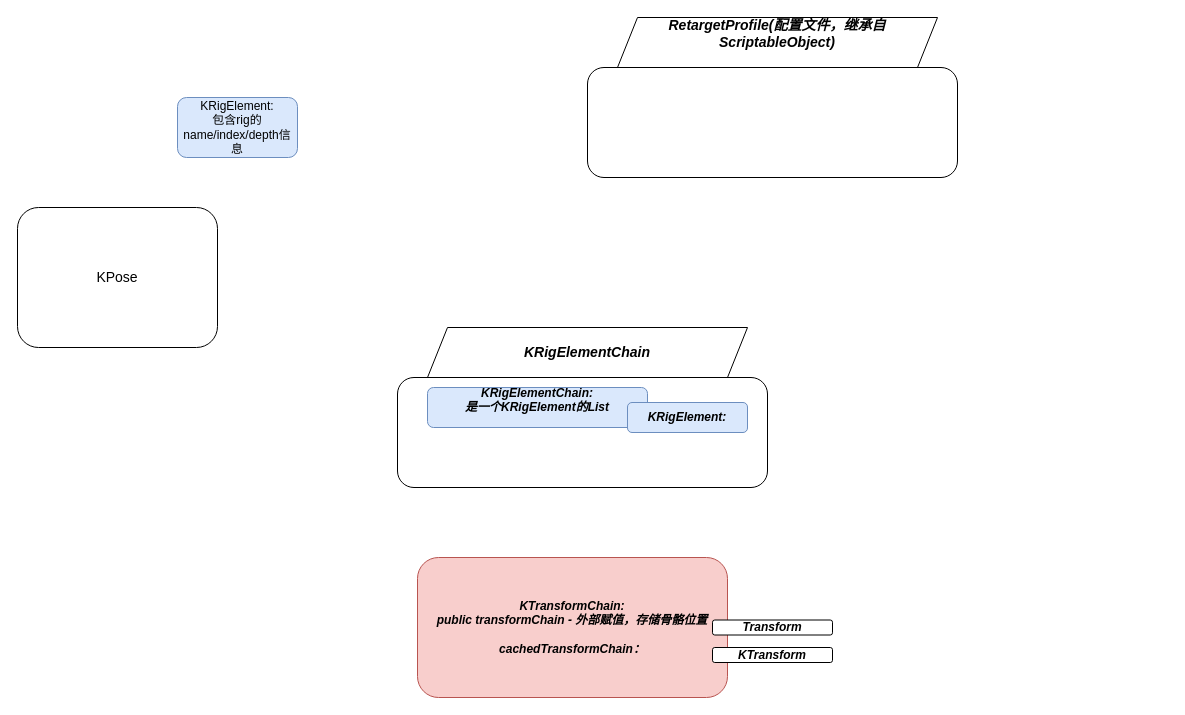
This is all/Retarget_pro.drawio from Jormungandr5/iodraw-files, a draw.io file, before an edit. Source tidied: cells renumbered, new cells numbered last; positions are measured from the earlier drawing's top-left corner, leaving out a move shared by most shapes. Both pictures are drawn from the tidied source at 100%, with x=0, y=0 at pixel (17, 17).
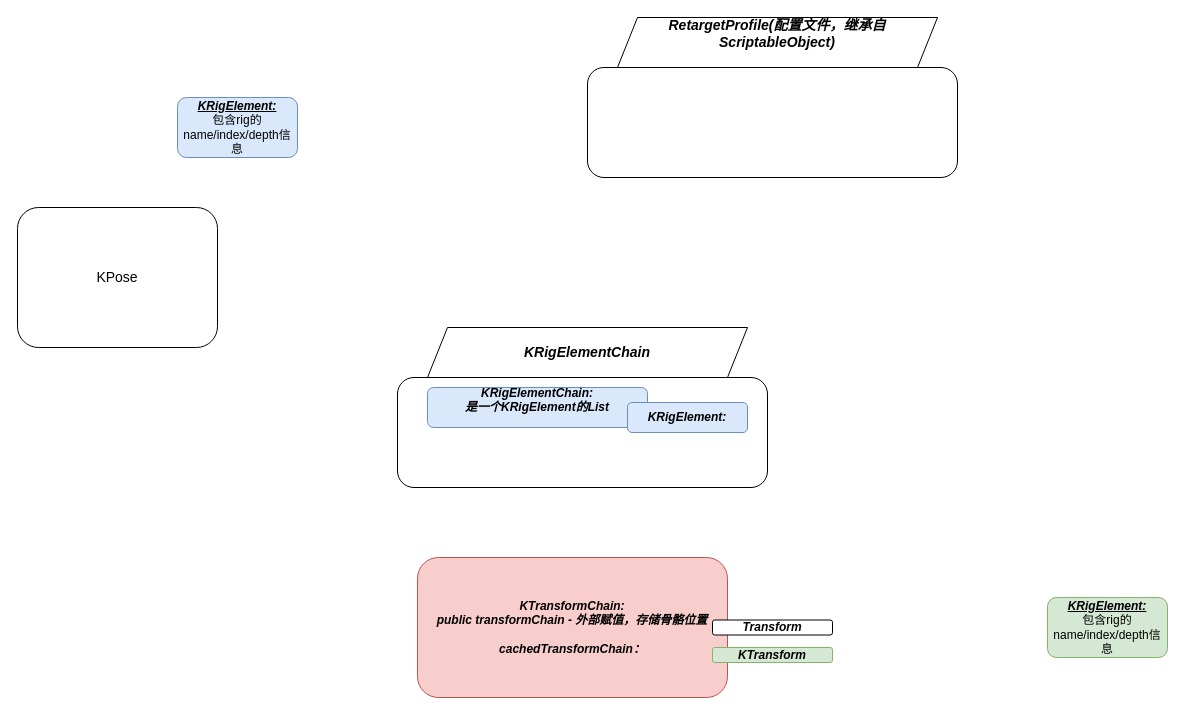
Above is the later version.

Diff of the diagram source:
```diff
@@
 <mxGraphModel>
   <root>
     <mxCell id="0" />
     <mxCell id="1" parent="0" />
-    <mxCell id="2" value="KRigElement:&lt;div&gt;包含rig的name/index/depth信息&lt;/div&gt;" style="rounded=1;whiteSpace=wrap;html=1;fillColor=#dae8fc;strokeColor=#6c8ebf;" parent="1" vertex="1">
+    <mxCell id="2" value="&lt;b&gt;&lt;i&gt;&lt;u&gt;KRigElement:&lt;/u&gt;&lt;/i&gt;&lt;/b&gt;&lt;div&gt;包含rig的name/index/depth信息&lt;/div&gt;" style="rounded=1;whiteSpace=wrap;html=1;fillColor=#dae8fc;strokeColor=#6c8ebf;" parent="1" vertex="1">
       <mxGeometry x="160" y="80" width="120" height="60" as="geometry" />
     </mxCell>
     <mxCell id="3" value="KPose" style="rounded=1;whiteSpace=wrap;html=1;fontSize=14;" parent="1" vertex="1">
       <mxGeometry y="190" width="200" height="140" as="geometry" />
     </mxCell>
     <mxCell id="4" style="group;" parent="1" vertex="1">
       <mxGeometry x="570" width="370" height="160" as="geometry" />
     </mxCell>
     <mxCell id="5" value="&lt;b&gt;&lt;i&gt;RetargetProfile(配置文件，继承自ScriptableObject&lt;span style=&quot;background-color: transparent; color: light-dark(rgb(0, 0, 0), rgb(255, 255, 255));&quot;&gt;)&lt;/span&gt;&lt;/i&gt;&lt;/b&gt;&lt;div&gt;&lt;b&gt;&lt;i&gt;&lt;span style=&quot;background-color: transparent; color: light-dark(rgb(0, 0, 0), rgb(255, 255, 255));&quot;&gt;&lt;br&gt;&lt;/span&gt;&lt;/i&gt;&lt;/b&gt;&lt;/div&gt;" style="shape=parallelogram;perimeter=parallelogramPerimeter;whiteSpace=wrap;html=1;fixedSize=1;fontSize=14;verticalAlign=middle;labelPosition=center;verticalLabelPosition=middle;align=center;" parent="4" vertex="1">
       <mxGeometry x="30" width="320" height="50" as="geometry" />
     </mxCell>
     <mxCell id="6" style="rounded=1;whiteSpace=wrap;html=1;" parent="4" vertex="1">
       <mxGeometry y="50" width="370" height="110" as="geometry" />
     </mxCell>
     <mxCell id="7" style="group;" parent="1" vertex="1">
       <mxGeometry x="380" y="310" width="370" height="160" as="geometry" />
     </mxCell>
     <mxCell id="8" value="&lt;div&gt;&lt;b&gt;&lt;i&gt;&lt;span style=&quot;background-color: transparent; color: light-dark(rgb(0, 0, 0), rgb(255, 255, 255));&quot;&gt;KRigElementChain&lt;/span&gt;&lt;/i&gt;&lt;/b&gt;&lt;/div&gt;" style="shape=parallelogram;perimeter=parallelogramPerimeter;whiteSpace=wrap;html=1;fixedSize=1;fontSize=14;verticalAlign=middle;labelPosition=center;verticalLabelPosition=middle;align=center;" parent="7" vertex="1">
       <mxGeometry x="30" width="320" height="50" as="geometry" />
     </mxCell>
     <mxCell id="9" style="rounded=1;whiteSpace=wrap;html=1;" parent="7" vertex="1">
       <mxGeometry y="50" width="370" height="110" as="geometry" />
     </mxCell>
     <mxCell id="10" style="group;" parent="7" vertex="1">
       <mxGeometry x="30" y="60" width="310" height="40" as="geometry" />
     </mxCell>
     <mxCell id="11" value="KRigElementChain:&lt;div&gt;是一个KRigElement的List&lt;br&gt;&lt;div&gt;&lt;br&gt;&lt;/div&gt;&lt;/div&gt;" style="rounded=1;whiteSpace=wrap;html=1;fillColor=#dae8fc;strokeColor=#6c8ebf;fontStyle=3;" parent="10" vertex="1">
       <mxGeometry width="220" height="40" as="geometry" />
     </mxCell>
     <mxCell id="12" value="KRigElement:" style="rounded=1;whiteSpace=wrap;html=1;fillColor=#dae8fc;strokeColor=#6c8ebf;fontStyle=3;" parent="10" vertex="1">
       <mxGeometry x="200" y="15" width="120" height="30" as="geometry" />
     </mxCell>
     <mxCell id="13" style="group;" parent="1" vertex="1">
       <mxGeometry x="400" y="540" width="310" height="140" as="geometry" />
     </mxCell>
     <mxCell id="14" value="KTransformChain:&lt;div&gt;public transformChain - 外部赋值，存储骨骼位置&lt;/div&gt;&lt;div&gt;&lt;br&gt;&lt;/div&gt;&lt;div&gt;cachedTransformChain：&lt;/div&gt;" style="rounded=1;whiteSpace=wrap;html=1;fillColor=#f8cecc;strokeColor=#b85450;fontStyle=3;" parent="13" vertex="1">
       <mxGeometry width="310" height="140" as="geometry" />
     </mxCell>
     <mxCell id="15" value="Transform" style="rounded=1;whiteSpace=wrap;html=1;fontStyle=3;" parent="1" vertex="1">
       <mxGeometry x="695" y="602.5" width="120" height="15" as="geometry" />
     </mxCell>
-    <mxCell id="16" value="KTransform" style="rounded=1;whiteSpace=wrap;html=1;fontStyle=3;" parent="1" vertex="1">
+    <mxCell id="16" value="KTransform" style="rounded=1;whiteSpace=wrap;html=1;fontStyle=3;fillColor=#d5e8d4;strokeColor=#82b366;" parent="1" vertex="1">
       <mxGeometry x="695" y="630" width="120" height="15" as="geometry" />
     </mxCell>
+    <mxCell id="17" value="&lt;b&gt;&lt;i&gt;&lt;u&gt;KRigElement:&lt;/u&gt;&lt;/i&gt;&lt;/b&gt;&lt;div&gt;包含rig的name/index/depth信息&lt;/div&gt;" style="rounded=1;whiteSpace=wrap;html=1;fillColor=#d5e8d4;strokeColor=#82b366;" parent="1" vertex="1">
+      <mxGeometry x="1030" y="580" width="120" height="60" as="geometry" />
+    </mxCell>
   </root>
 </mxGraphModel>
```
